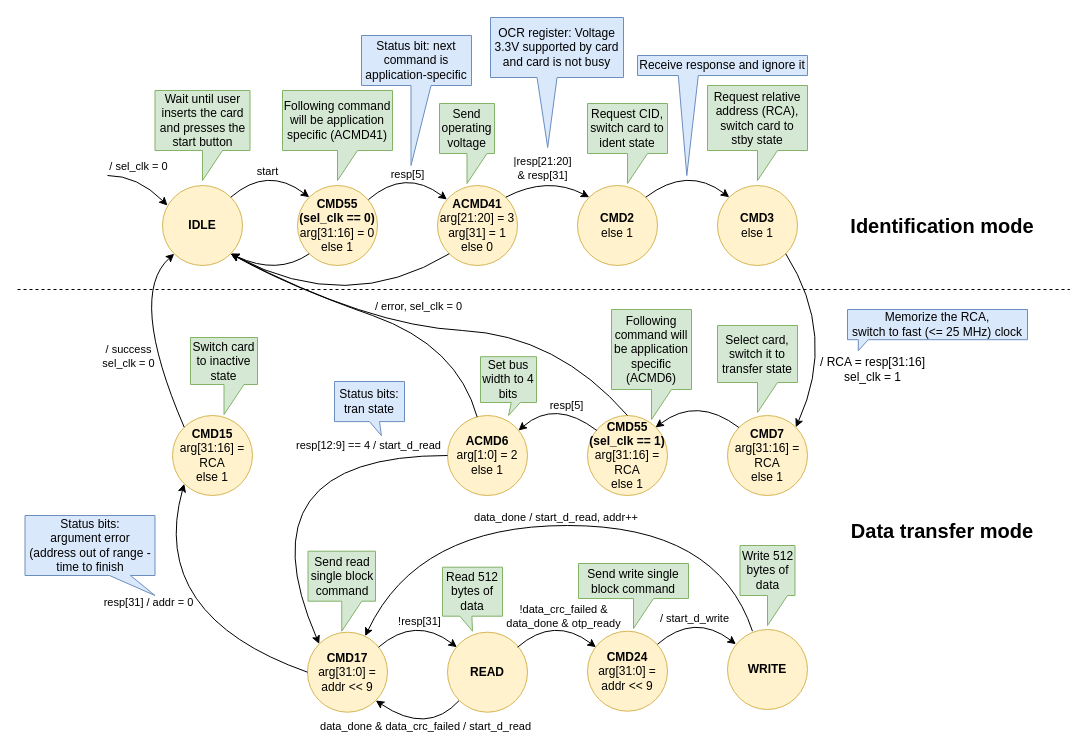
This is docs/SD/SD_fpga_states.drawio from sirazenkov/GhostSD, a draw.io file, before an edit. Source tidied: cells renumbered, new cells numbered last; positions are measured from the earlier drawing's top-left corner, leaving out a move shared by most shapes. Both pictures are drawn from the tidied source at 100%, with x=0, y=0 at pixel (17, 17).
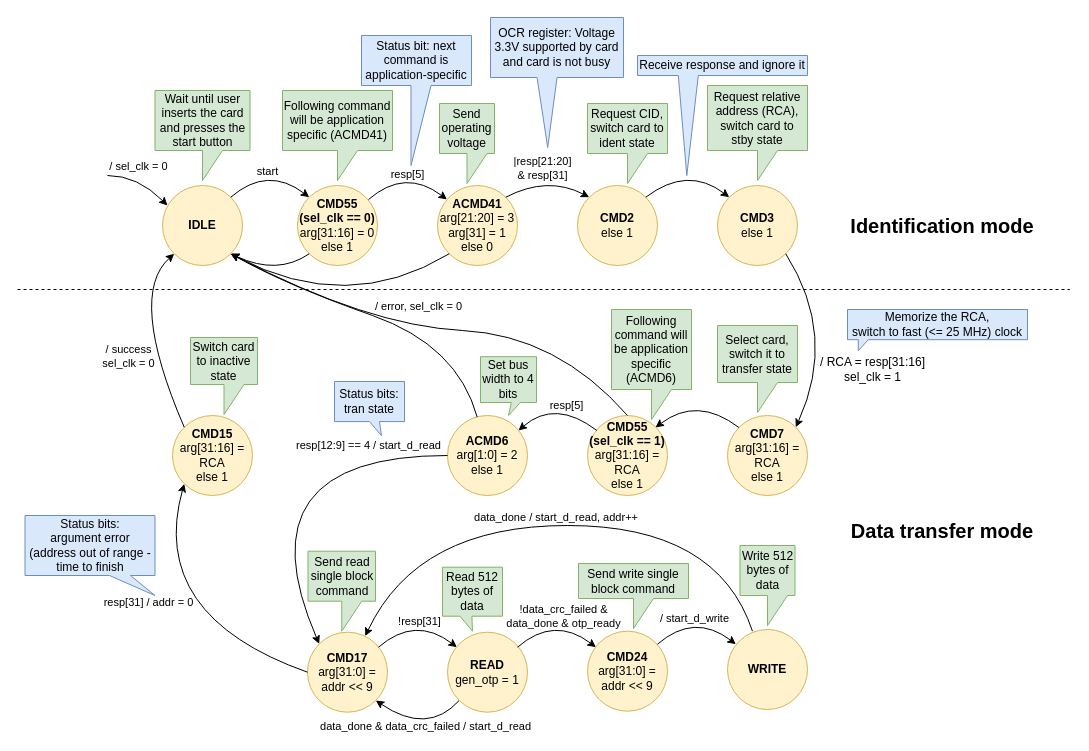
Above is the later version.

Commit message (it also covers changes not shown here):
Changed OTP generation start condition and corrected diagrams

Diff of the diagram source:
```diff
@@
-    <mxCell id="65" value="&lt;b&gt;READ&lt;/b&gt;" style="ellipse;whiteSpace=wrap;html=1;fillColor=#fff2cc;strokeColor=#d6b656;" parent="1" vertex="1">
+    <mxCell id="65" value="&lt;b&gt;READ&lt;/b&gt;&lt;br&gt;gen_otp = 1" style="ellipse;whiteSpace=wrap;html=1;fillColor=#fff2cc;strokeColor=#d6b656;" parent="1" vertex="1">
       <mxGeometry x="430" y="614.7" width="80" height="80" as="geometry" />
     </mxCell>
```
